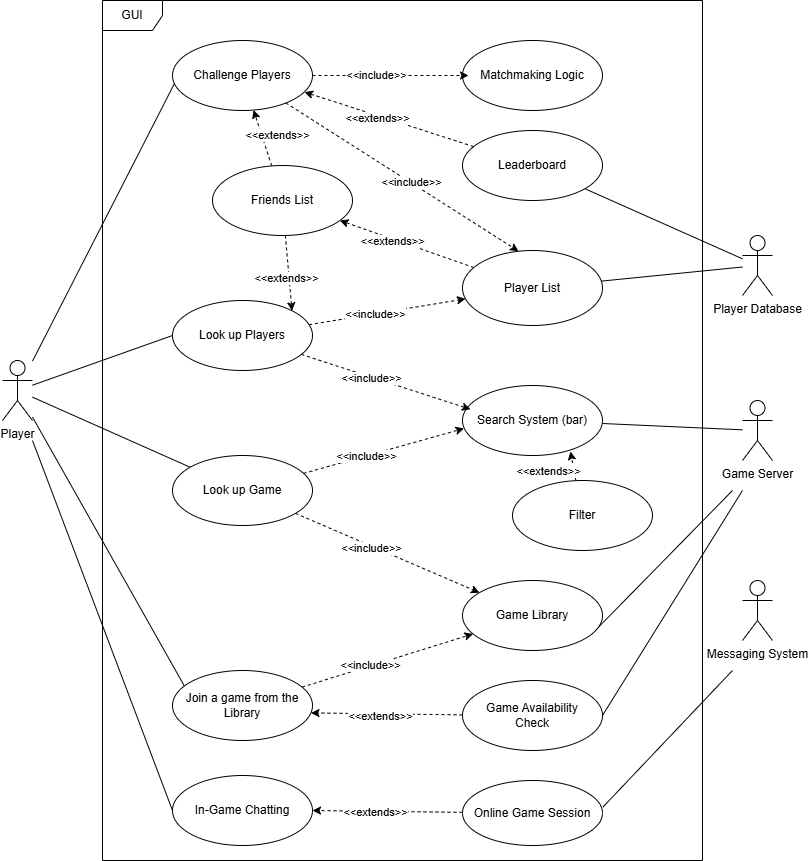
Above: GUI Team Files/GUI_use_case_diagram.png in kelsierfin/BasicGamingPlatform (draw.io), before the change. Source tidied: cells renumbered, new cells last; positions are measured from the earlier drawing's top-left corner, leaving out a move shared by most shapes.
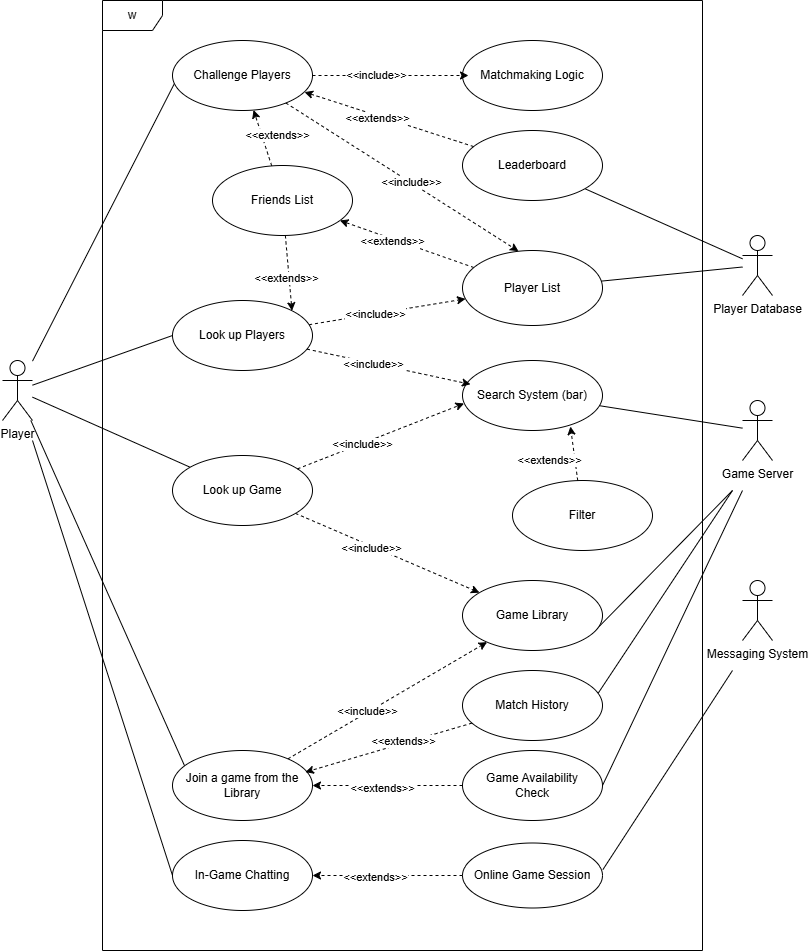
After the commit.

Commit message:
Edited version of use case diagram

Change to the diagram source:
```diff
@@ -2,8 +2,8 @@
   <root>
     <mxCell id="0" />
     <mxCell id="1" parent="0" />
-    <mxCell id="2" value="GUI" style="shape=umlFrame;whiteSpace=wrap;html=1;" parent="1" vertex="1">
-      <mxGeometry x="100" width="600" height="860" as="geometry" />
+    <mxCell id="2" value="w" style="shape=umlFrame;whiteSpace=wrap;html=1;" parent="1" vertex="1">
+      <mxGeometry x="100" width="600" height="950" as="geometry" />
     </mxCell>
     <mxCell id="3" style="edgeStyle=none;rounded=0;jettySize=auto;html=1;entryX=0.014;entryY=0.614;entryDx=0;entryDy=0;entryPerimeter=0;endArrow=none;startFill=0;" parent="1" edge="1" source="7" target="8">
       <mxGeometry relative="1" as="geometry" />
@@ -48,10 +48,10 @@
       <mxGeometry x="-0.2" y="1" relative="1" as="geometry" />
     </mxCell>
     <mxCell id="17" value="Join a game from the Library" style="ellipse;whiteSpace=wrap;html=1;" parent="1" vertex="1">
-      <mxGeometry x="170" y="670" width="140" height="70" as="geometry" />
+      <mxGeometry x="170" y="750" width="140" height="70" as="geometry" />
     </mxCell>
     <mxCell id="18" value="In-Game Chatting" style="ellipse;whiteSpace=wrap;html=1;" parent="1" vertex="1">
-      <mxGeometry x="170" y="775" width="140" height="70" as="geometry" />
+      <mxGeometry x="170" y="840" width="140" height="70" as="geometry" />
     </mxCell>
     <mxCell id="19" style="edgeStyle=none;rounded=0;jettySize=auto;html=1;endArrow=none;startFill=0;entryX=0;entryY=0.5;entryDx=0;entryDy=0;" parent="1" edge="1" target="18">
       <mxGeometry relative="1" as="geometry">
@@ -71,7 +71,7 @@
       <mxGeometry relative="1" as="geometry" />
     </mxCell>
     <mxCell id="24" value="Search System (bar)" style="ellipse;whiteSpace=wrap;html=1;" parent="1" vertex="1">
-      <mxGeometry x="460" y="385" width="140" height="70" as="geometry" />
+      <mxGeometry x="460" y="360" width="140" height="70" as="geometry" />
     </mxCell>
     <mxCell id="25" value="Matchmaking Logic" style="ellipse;whiteSpace=wrap;html=1;" parent="1" vertex="1">
       <mxGeometry x="460" y="40" width="140" height="70" as="geometry" />
@@ -131,7 +131,7 @@
       </mxGeometry>
     </mxCell>
     <mxCell id="42" value="Online Game Session" style="ellipse;whiteSpace=wrap;html=1;" parent="1" vertex="1">
-      <mxGeometry x="460" y="780" width="140" height="65" as="geometry" />
+      <mxGeometry x="460" y="842.5" width="140" height="65" as="geometry" />
     </mxCell>
     <mxCell id="43" style="edgeStyle=none;rounded=0;jettySize=auto;html=1;entryX=1;entryY=0.5;entryDx=0;entryDy=0;dashed=1;" parent="1" edge="1" source="42" target="18">
       <mxGeometry relative="1" as="geometry" />
@@ -153,12 +153,12 @@
       </mxGeometry>
     </mxCell>
     <mxCell id="48" value="Game Availability&lt;div&gt;Check&lt;/div&gt;" style="ellipse;whiteSpace=wrap;html=1;" parent="1" vertex="1">
-      <mxGeometry x="460" y="680" width="140" height="70" as="geometry" />
+      <mxGeometry x="460" y="750" width="140" height="70" as="geometry" />
     </mxCell>
     <mxCell id="49" value="Filter" style="ellipse;whiteSpace=wrap;html=1;" parent="1" vertex="1">
       <mxGeometry x="510" y="480" width="140" height="70" as="geometry" />
     </mxCell>
-    <mxCell id="50" style="edgeStyle=none;rounded=0;jettySize=auto;html=1;entryX=0.989;entryY=0.606;entryDx=0;entryDy=0;dashed=1;entryPerimeter=0;" parent="1" edge="1" source="48" target="17">
+    <mxCell id="50" style="edgeStyle=none;rounded=0;jettySize=auto;html=1;entryX=1;entryY=0.5;entryDx=0;entryDy=0;dashed=1;" parent="1" edge="1" source="48" target="17">
       <mxGeometry relative="1" as="geometry" />
     </mxCell>
     <mxCell id="51" value="&amp;lt;&amp;lt;extends&amp;gt;&amp;gt;" style="edgeLabel;html=1;align=center;verticalAlign=middle;" parent="50" vertex="1">
@@ -195,5 +195,19 @@
     <mxCell id="60" value="&amp;lt;&amp;lt;extends&amp;gt;&amp;gt;" style="edgeLabel;html=1;align=center;verticalAlign=middle;" parent="59" vertex="1">
       <mxGeometry x="0.14" y="2" relative="1" as="geometry" />
     </mxCell>
+    <mxCell id="61" style="rounded=0;jettySize=auto;html=1;exitX=0.963;exitY=0.343;exitDx=0;exitDy=0;exitPerimeter=0;endArrow=none;startFill=0;" parent="1" edge="1" source="62">
+      <mxGeometry relative="1" as="geometry">
+        <mxPoint x="730" y="490" as="targetPoint" />
+      </mxGeometry>
+    </mxCell>
+    <mxCell id="62" value="Match History" style="ellipse;whiteSpace=wrap;html=1;" parent="1" vertex="1">
+      <mxGeometry x="460" y="670" width="140" height="70" as="geometry" />
+    </mxCell>
+    <mxCell id="63" style="rounded=0;jettySize=auto;html=1;entryX=0.949;entryY=0.309;entryDx=0;entryDy=0;entryPerimeter=0;dashed=1;" parent="1" edge="1" source="62" target="17">
+      <mxGeometry relative="1" as="geometry" />
+    </mxCell>
+    <mxCell id="64" value="&amp;lt;&amp;lt;extends&amp;gt;&amp;gt;" style="edgeLabel;html=1;align=center;verticalAlign=middle;" parent="63" vertex="1">
+      <mxGeometry x="-0.18" y="-2" relative="1" as="geometry" />
+    </mxCell>
   </root>
 </mxGraphModel>
```
